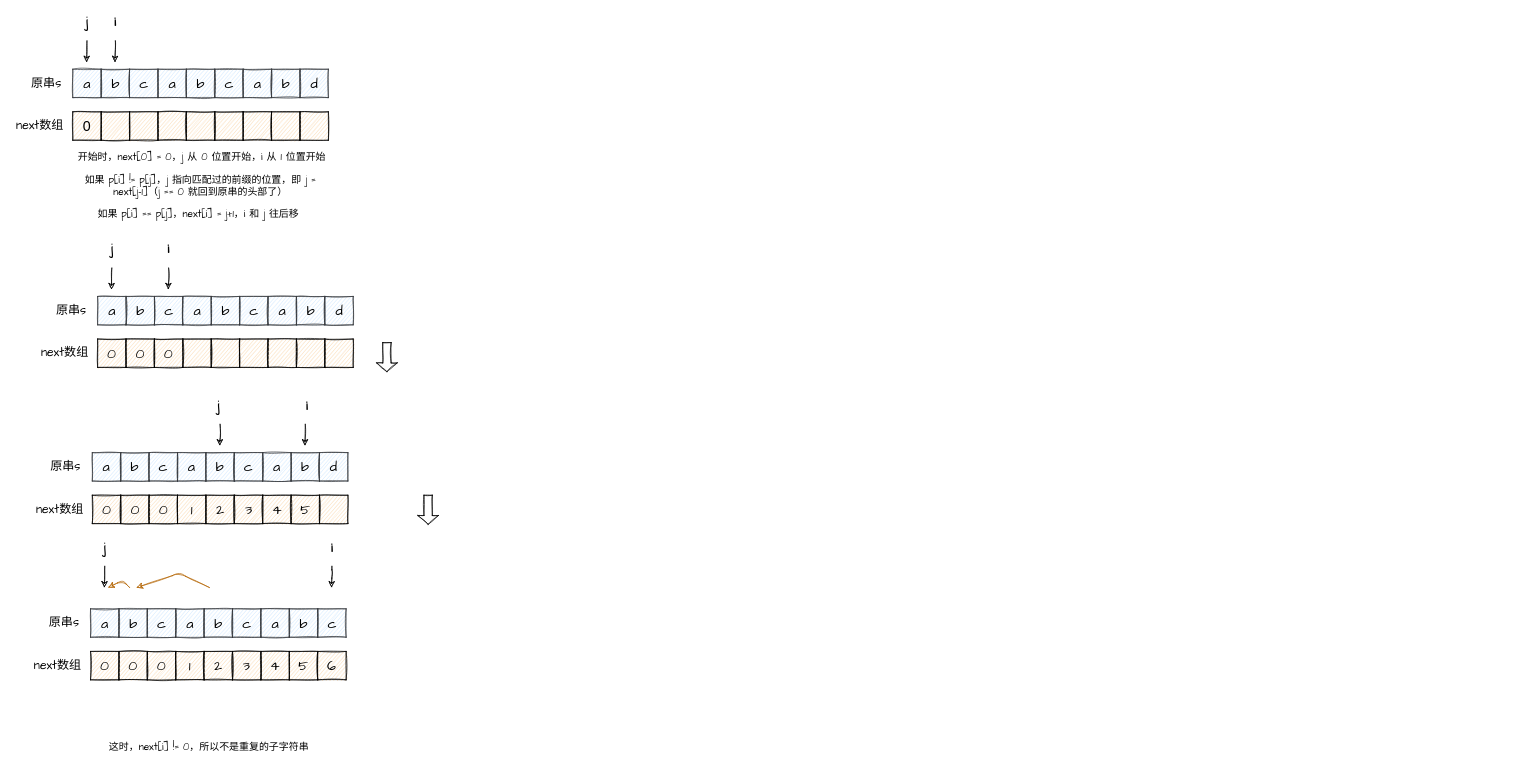
The draw.io diagram kmp.drawio in hk27xing/drawBed, before the edit. Source tidied: cells renumbered, new cells numbered last; positions are measured from the earlier drawing's top-left corner, leaving out a move shared by most shapes. Both pictures are drawn from the tidied source at 71%, with x=0, y=0 at pixel (12, 12).
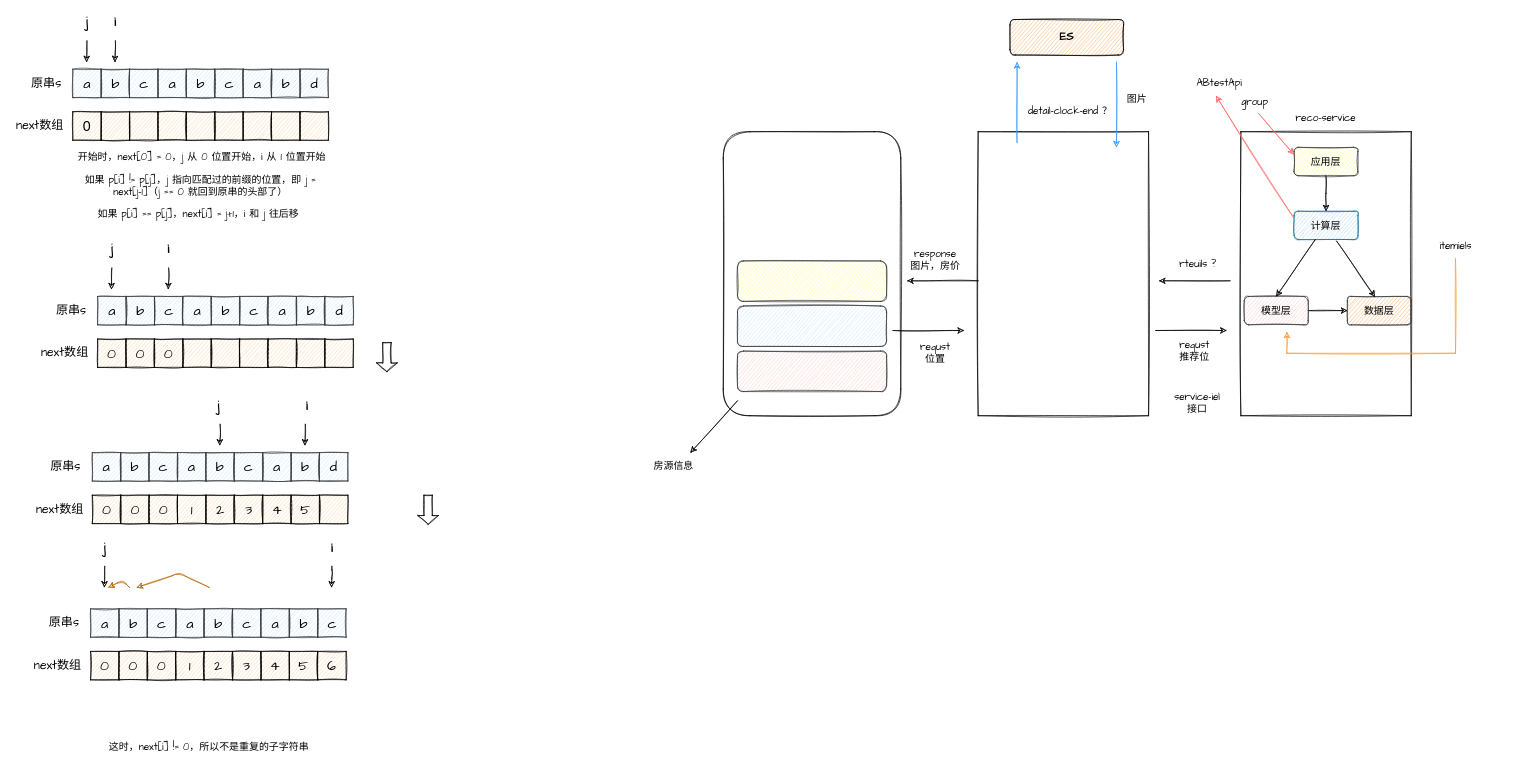
The same diagram, later.

What changed in the source:
```diff
@@
+    <mxCell id="142" style="rounded=1;whiteSpace=wrap;html=1;sketch=1;" parent="1" vertex="1">
+      <mxGeometry x="1001.2" y="168" width="250" height="400" as="geometry" />
+    </mxCell>
+    <mxCell id="143" style="rounded=1;whiteSpace=wrap;html=1;sketch=1;fillColor=#ffff88;strokeColor=#36393d;" parent="1" vertex="1">
+      <mxGeometry x="1021.2" y="350" width="210" height="57" as="geometry" />
+    </mxCell>
+    <mxCell id="144" style="rounded=1;whiteSpace=wrap;html=1;sketch=1;fillColor=#cce5ff;strokeColor=#36393d;" parent="1" vertex="1">
+      <mxGeometry x="1021.2" y="413.5" width="210" height="57" as="geometry" />
+    </mxCell>
+    <mxCell id="145" style="rounded=1;whiteSpace=wrap;html=1;sketch=1;fillColor=#ffcccc;strokeColor=#36393d;" parent="1" vertex="1">
+      <mxGeometry x="1021.2" y="477" width="210" height="57" as="geometry" />
+    </mxCell>
+    <mxCell id="146" style="endArrow=classic;html=1;sketch=1;entryX=0.75;entryY=0;entryDx=0;entryDy=0;" parent="1" edge="1">
+      <mxGeometry relative="1" as="geometry">
+        <mxPoint x="1021.2" y="547" as="sourcePoint" />
+        <mxPoint x="955" y="620" as="targetPoint" />
+      </mxGeometry>
+    </mxCell>
+    <mxCell id="147" value="&lt;font style=&quot;font-size: 14px&quot; face=&quot;Comic Sans MS&quot;&gt;房源信息&lt;/font&gt;" style="text;html=1;strokeColor=none;fillColor=none;align=center;verticalAlign=middle;whiteSpace=wrap;rounded=0;sketch=1;" parent="1" vertex="1">
+      <mxGeometry x="895" y="625" width="73" height="29" as="geometry" />
+    </mxCell>
+    <mxCell id="148" style="endArrow=classic;html=1;sketch=1;" parent="1" edge="1">
+      <mxGeometry relative="1" as="geometry">
+        <mxPoint x="1240.2" y="448" as="sourcePoint" />
+        <mxPoint x="1340.2" y="448" as="targetPoint" />
+      </mxGeometry>
+    </mxCell>
+    <mxCell id="149" style="rounded=0;whiteSpace=wrap;html=1;sketch=1;" parent="1" vertex="1">
+      <mxGeometry x="1360.2" y="168" width="240" height="400" as="geometry" />
+    </mxCell>
+    <mxCell id="150" value="&lt;font style=&quot;font-size: 14px&quot; face=&quot;Comic Sans MS&quot;&gt;requst&lt;br&gt;位置&lt;br&gt;&lt;/font&gt;" style="text;html=1;strokeColor=none;fillColor=none;align=center;verticalAlign=middle;whiteSpace=wrap;rounded=0;sketch=1;" parent="1" vertex="1">
+      <mxGeometry x="1270.2" y="461" width="60" height="37" as="geometry" />
+    </mxCell>
+    <mxCell id="151" style="endArrow=classic;html=1;sketch=1;" parent="1" edge="1">
+      <mxGeometry relative="1" as="geometry">
+        <mxPoint x="1610.2" y="448" as="sourcePoint" />
+        <mxPoint x="1710.2" y="448" as="targetPoint" />
+      </mxGeometry>
+    </mxCell>
+    <mxCell id="152" style="rounded=0;whiteSpace=wrap;html=1;sketch=1;" parent="1" vertex="1">
+      <mxGeometry x="1730.2" y="168" width="240" height="400" as="geometry" />
+    </mxCell>
+    <mxCell id="153" value="&lt;font style=&quot;font-size: 14px&quot; face=&quot;Comic Sans MS&quot;&gt;detail-clock-end ？&lt;br&gt;&lt;/font&gt;" style="text;html=1;strokeColor=none;fillColor=none;align=center;verticalAlign=middle;whiteSpace=wrap;rounded=0;sketch=1;" parent="1" vertex="1">
+      <mxGeometry x="1415" y="120" width="150" height="37" as="geometry" />
+    </mxCell>
+    <mxCell id="154" style="endArrow=classic;html=1;sketch=1;" parent="1" edge="1">
+      <mxGeometry relative="1" as="geometry">
+        <mxPoint x="1715" y="378" as="sourcePoint" />
+        <mxPoint x="1615" y="378" as="targetPoint" />
+      </mxGeometry>
+    </mxCell>
+    <mxCell id="155" value="&lt;font style=&quot;font-size: 14px&quot; face=&quot;Comic Sans MS&quot;&gt;rteuils ?&lt;br&gt;&lt;/font&gt;" style="text;html=1;strokeColor=none;fillColor=none;align=center;verticalAlign=middle;whiteSpace=wrap;rounded=0;sketch=1;" parent="1" vertex="1">
+      <mxGeometry x="1595" y="336.5" width="150" height="37" as="geometry" />
+    </mxCell>
+    <mxCell id="156" value="&lt;font style=&quot;font-size: 14px&quot; face=&quot;Comic Sans MS&quot;&gt;requst&lt;br&gt;推荐位&lt;br&gt;&lt;/font&gt;" style="text;html=1;strokeColor=none;fillColor=none;align=center;verticalAlign=middle;whiteSpace=wrap;rounded=0;sketch=1;" parent="1" vertex="1">
+      <mxGeometry x="1635" y="458" width="60" height="37" as="geometry" />
+    </mxCell>
+    <mxCell id="157" style="endArrow=classic;html=1;sketch=1;" parent="1" edge="1">
+      <mxGeometry relative="1" as="geometry">
+        <mxPoint x="1360.2" y="378" as="sourcePoint" />
+        <mxPoint x="1260.2" y="378" as="targetPoint" />
+      </mxGeometry>
+    </mxCell>
+    <mxCell id="158" value="&lt;font style=&quot;font-size: 14px&quot; face=&quot;Comic Sans MS&quot;&gt;response&lt;br&gt;图片，房价&lt;br&gt;&lt;/font&gt;" style="text;html=1;strokeColor=none;fillColor=none;align=center;verticalAlign=middle;whiteSpace=wrap;rounded=0;sketch=1;" parent="1" vertex="1">
+      <mxGeometry x="1225.2" y="330" width="150" height="37" as="geometry" />
+    </mxCell>
+    <mxCell id="159" style="edgeStyle=orthogonalEdgeStyle;rounded=0;sketch=1;jettySize=auto;html=1;" parent="1" edge="1" source="160" target="161">
+      <mxGeometry relative="1" as="geometry" />
+    </mxCell>
+    <mxCell id="160" value="&lt;font style=&quot;font-size: 14px&quot;&gt;应用层&lt;/font&gt;" style="rounded=1;whiteSpace=wrap;html=1;sketch=1;fillColor=#ffff88;strokeColor=#36393d;" parent="1" vertex="1">
+      <mxGeometry x="1805" y="190" width="90" height="40" as="geometry" />
+    </mxCell>
+    <mxCell id="161" value="&lt;font style=&quot;font-size: 14px&quot;&gt;计算层&lt;/font&gt;" style="rounded=1;whiteSpace=wrap;html=1;sketch=1;fillColor=#b1ddf0;strokeColor=#10739e;" parent="1" vertex="1">
+      <mxGeometry x="1805.2" y="280" width="90" height="40" as="geometry" />
+    </mxCell>
+    <mxCell id="162" style="edgeStyle=orthogonalEdgeStyle;rounded=0;sketch=1;jettySize=auto;html=1;" parent="1" edge="1" source="163" target="164">
+      <mxGeometry relative="1" as="geometry" />
+    </mxCell>
+    <mxCell id="163" value="&lt;font style=&quot;font-size: 14px&quot;&gt;模型层&lt;/font&gt;" style="rounded=1;whiteSpace=wrap;html=1;sketch=1;fillColor=#ffcccc;strokeColor=#36393d;" parent="1" vertex="1">
+      <mxGeometry x="1735" y="400" width="90" height="40" as="geometry" />
+    </mxCell>
+    <mxCell id="164" value="&lt;font style=&quot;font-size: 14px&quot;&gt;数据层&lt;/font&gt;" style="rounded=1;whiteSpace=wrap;html=1;sketch=1;strokeColor=#36393d;fillColor=#FFB570;" parent="1" vertex="1">
+      <mxGeometry x="1880.2" y="400" width="90" height="40" as="geometry" />
+    </mxCell>
+    <mxCell id="165" style="endArrow=classic;html=1;sketch=1;entryX=0.5;entryY=0;entryDx=0;entryDy=0;" parent="1" edge="1" target="163">
+      <mxGeometry relative="1" as="geometry">
+        <mxPoint x="1835" y="320" as="sourcePoint" />
+      </mxGeometry>
+    </mxCell>
+    <mxCell id="166" style="endArrow=classic;html=1;sketch=1;entryX=0.431;entryY=0.015;entryDx=0;entryDy=0;entryPerimeter=0;" parent="1" edge="1" target="164">
+      <mxGeometry relative="1" as="geometry">
+        <mxPoint x="1865" y="322" as="sourcePoint" />
+      </mxGeometry>
+    </mxCell>
+    <mxCell id="167" value="&lt;font style=&quot;font-size: 14px&quot; face=&quot;Comic Sans MS&quot;&gt;reco-service&lt;br&gt;&lt;/font&gt;" style="text;html=1;strokeColor=none;fillColor=none;align=center;verticalAlign=middle;whiteSpace=wrap;rounded=0;sketch=1;" parent="1" vertex="1">
+      <mxGeometry x="1775" y="130" width="150" height="37" as="geometry" />
+    </mxCell>
+    <mxCell id="168" style="endArrow=classic;html=1;sketch=1;entryX=0.5;entryY=0;entryDx=0;entryDy=0;exitX=0;exitY=0.25;exitDx=0;exitDy=0;strokeColor=#FF6666;" parent="1" edge="1" source="161">
+      <mxGeometry relative="1" as="geometry">
+        <mxPoint x="1695.2" y="117" as="targetPoint" />
+        <Array as="points">
+          <mxPoint x="1695.2" y="117.5" />
+        </Array>
+      </mxGeometry>
+    </mxCell>
+    <mxCell id="169" value="&lt;font style=&quot;font-size: 14px&quot; face=&quot;Comic Sans MS&quot;&gt;ABtestApi&lt;br&gt;&lt;/font&gt;" style="text;html=1;strokeColor=none;fillColor=none;align=center;verticalAlign=middle;whiteSpace=wrap;rounded=0;sketch=1;" parent="1" vertex="1">
+      <mxGeometry x="1625" y="81.5" width="150" height="37" as="geometry" />
+    </mxCell>
+    <mxCell id="170" value="&lt;font style=&quot;font-size: 14px&quot; face=&quot;Comic Sans MS&quot;&gt;group&lt;br&gt;&lt;/font&gt;" style="text;html=1;strokeColor=none;fillColor=none;align=center;verticalAlign=middle;whiteSpace=wrap;rounded=0;sketch=1;" parent="1" vertex="1">
+      <mxGeometry x="1675" y="108" width="150" height="37" as="geometry" />
+    </mxCell>
+    <mxCell id="171" style="endArrow=classic;html=1;sketch=1;entryX=0;entryY=0.25;entryDx=0;entryDy=0;strokeColor=#FF6666;" parent="1" edge="1" target="160">
+      <mxGeometry relative="1" as="geometry">
+        <mxPoint x="1755" y="142" as="sourcePoint" />
+      </mxGeometry>
+    </mxCell>
+    <mxCell id="172" style="endArrow=classic;html=1;sketch=1;strokeColor=#3399FF;" parent="1" edge="1">
+      <mxGeometry relative="1" as="geometry">
+        <mxPoint x="1415" y="183.5" as="sourcePoint" />
+        <mxPoint x="1415" y="70" as="targetPoint" />
+      </mxGeometry>
+    </mxCell>
+    <mxCell id="173" value="&lt;font style=&quot;font-size: 16px&quot; face=&quot;Comic Sans MS&quot;&gt;&lt;b&gt;ES&lt;/b&gt;&lt;/font&gt;" style="rounded=1;whiteSpace=wrap;html=1;sketch=1;fillColor=#FFB570;" parent="1" vertex="1">
+      <mxGeometry x="1405" y="10" width="160" height="50" as="geometry" />
+    </mxCell>
+    <mxCell id="174" style="endArrow=classic;html=1;strokeColor=#3399FF;sketch=1;" parent="1" edge="1">
+      <mxGeometry relative="1" as="geometry">
+        <mxPoint x="1555" y="70" as="sourcePoint" />
+        <mxPoint x="1555" y="190" as="targetPoint" />
+      </mxGeometry>
+    </mxCell>
+    <mxCell id="175" value="&lt;font style=&quot;font-size: 14px&quot; face=&quot;Comic Sans MS&quot;&gt;图片&lt;br&gt;&lt;/font&gt;" style="text;html=1;strokeColor=none;fillColor=none;align=center;verticalAlign=middle;whiteSpace=wrap;rounded=0;sketch=1;" parent="1" vertex="1">
+      <mxGeometry x="1549" y="103" width="70" height="37" as="geometry" />
+    </mxCell>
+    <mxCell id="176" style="edgeStyle=orthogonalEdgeStyle;rounded=0;sketch=1;jettySize=auto;html=1;strokeColor=#FF9933;" parent="1" edge="1" source="177">
+      <mxGeometry relative="1" as="geometry">
+        <mxPoint x="1795" y="450" as="targetPoint" />
+        <Array as="points">
+          <mxPoint x="2033" y="480" />
+          <mxPoint x="1795" y="480" />
+        </Array>
+      </mxGeometry>
+    </mxCell>
+    <mxCell id="177" value="&lt;font style=&quot;font-size: 14px&quot; face=&quot;Comic Sans MS&quot;&gt;itemiels&lt;br&gt;&lt;/font&gt;" style="text;html=1;strokeColor=none;fillColor=none;align=center;verticalAlign=middle;whiteSpace=wrap;rounded=0;sketch=1;" parent="1" vertex="1">
+      <mxGeometry x="1957.5" y="310" width="150" height="37" as="geometry" />
+    </mxCell>
+    <mxCell id="178" value="&lt;font style=&quot;font-size: 14px&quot; face=&quot;Comic Sans MS&quot;&gt;service-iel&lt;br&gt;接口&lt;br&gt;&lt;/font&gt;" style="text;html=1;strokeColor=none;fillColor=none;align=center;verticalAlign=middle;whiteSpace=wrap;rounded=0;sketch=1;" parent="1" vertex="1">
+      <mxGeometry x="1619" y="531" width="100" height="37" as="geometry" />
+    </mxCell>
```
